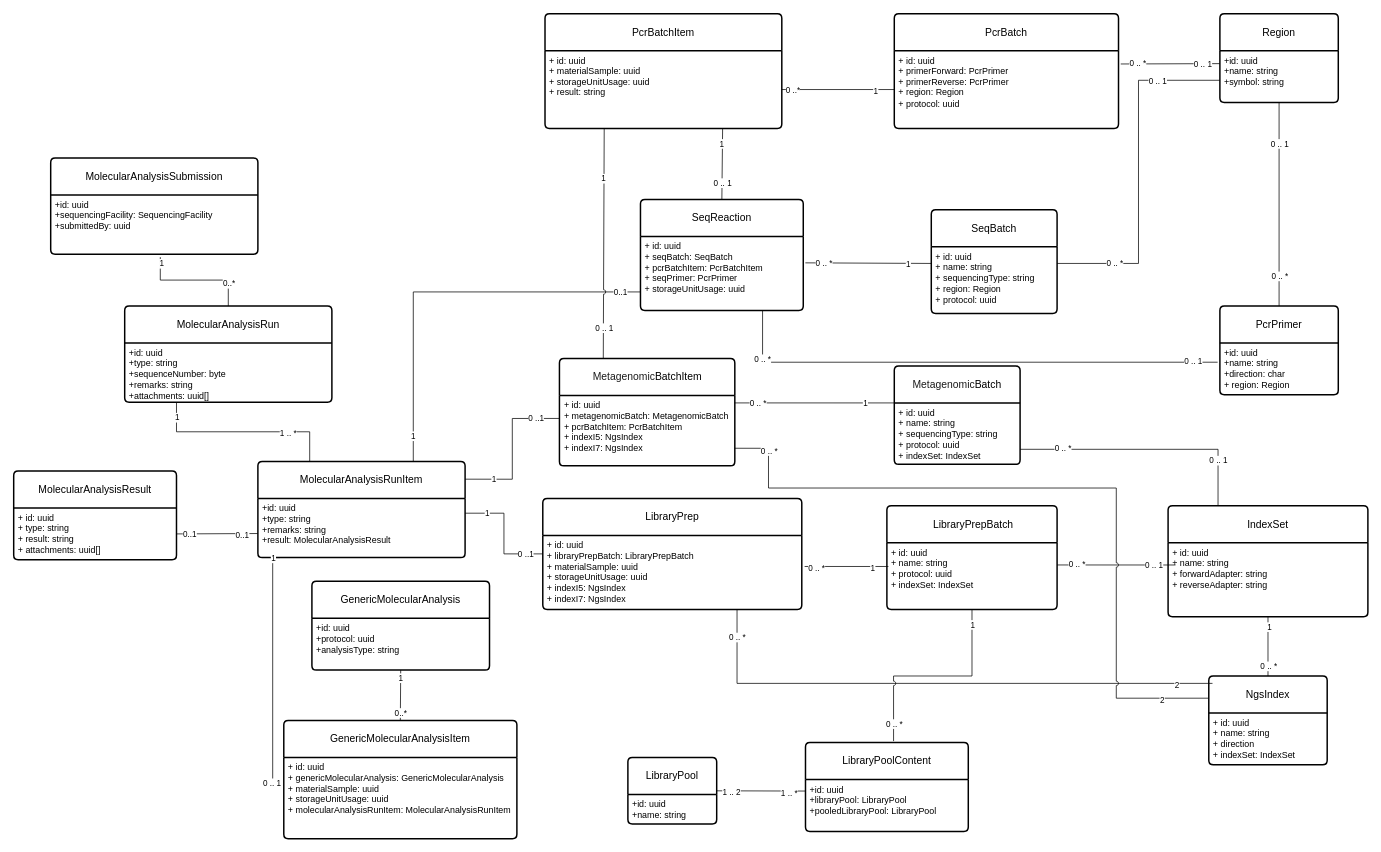
The draw.io diagram docs/sequencingModule.drawio in AAFC-BICoE/seqdb-api, before the edit. Source tidied: cells renumbered, new cells numbered last; positions are measured from the earlier drawing's top-left corner, leaving out a move shared by most shapes. Both pictures are drawn from the tidied source at 74%, with x=0, y=0 at pixel (13, 13).
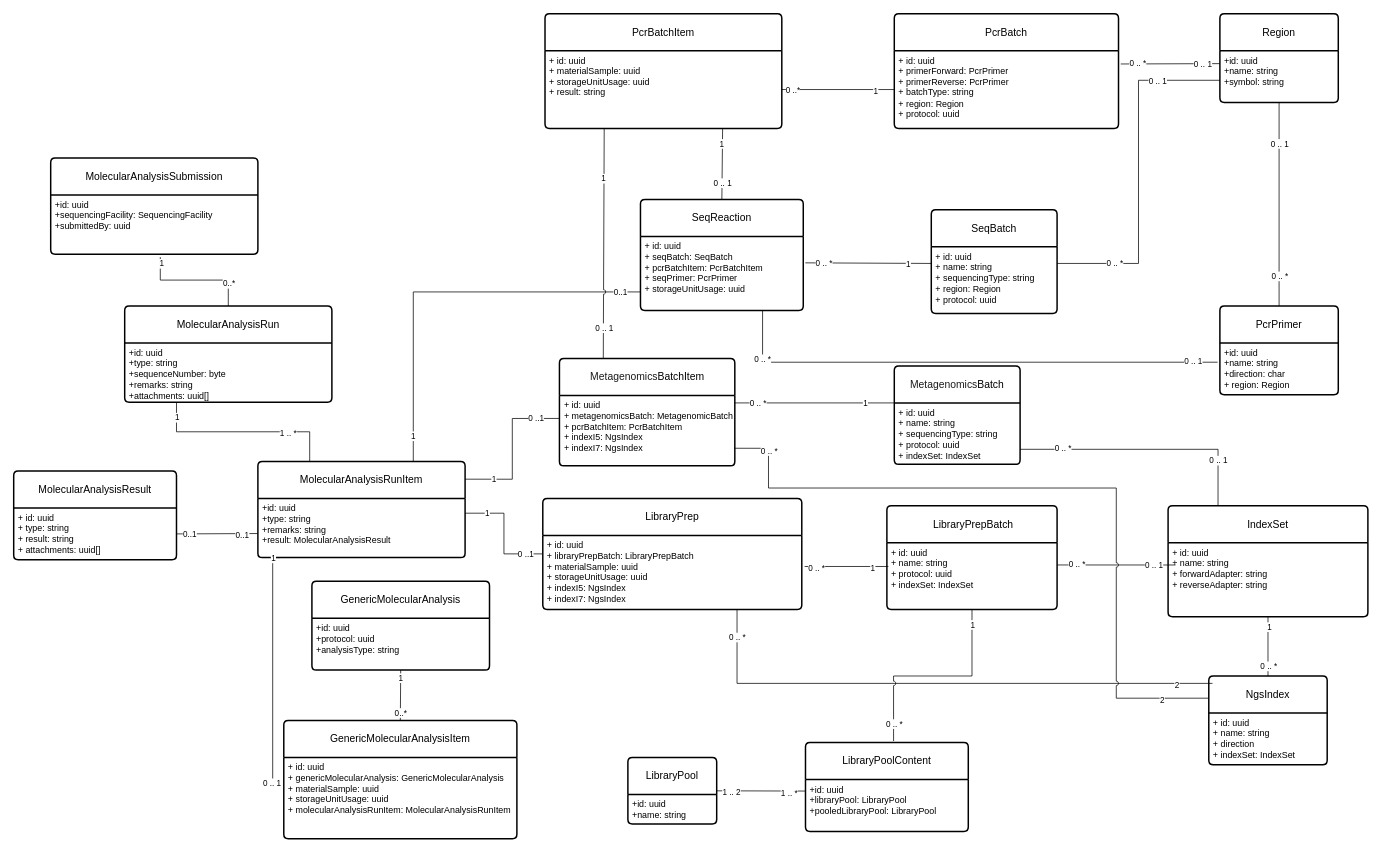
The same page after the edit.

Unchanged cells that the change refers to:
```xml
<mxCell id="4" value="PcrBatch" style="swimlane;horizontal=1;startSize=50;rounded=1;fontSize=14;fontStyle=0;strokeWidth=2;shadow=0;dashed=0;align=center;arcSize=4;whiteSpace=wrap;html=1;" parent="1" vertex="1">
  <mxGeometry x="1190" width="303" height="155" as="geometry" />
</mxCell>
```

Change to the diagram source:
```diff
@@
-    <mxCell id="5" value="+ id: uuid&lt;div&gt;+ primerForward: PcrPrimer&lt;br&gt;+ primerReverse: PcrPrimer&lt;br&gt;+ region: Region&lt;div&gt;+&amp;nbsp;protocol: uuid&lt;/div&gt;&lt;/div&gt;" style="align=left;strokeColor=none;fillColor=none;spacingLeft=4;fontSize=12;verticalAlign=top;html=1;" parent="4" vertex="1">
+    <mxCell id="5" value="+ id: uuid&lt;div&gt;+ primerForward: PcrPrimer&lt;br&gt;+ primerReverse: PcrPrimer&lt;/div&gt;&lt;div&gt;+ batchType: string&lt;br&gt;+ region: Region&lt;div&gt;+&amp;nbsp;protocol: uuid&lt;/div&gt;&lt;/div&gt;" style="align=left;strokeColor=none;fillColor=none;spacingLeft=4;fontSize=12;verticalAlign=top;html=1;" parent="4" vertex="1">
       <mxGeometry y="50" width="303" height="105" as="geometry" />
     </mxCell>
@@
-    <mxCell id="98" value="&lt;font style=&quot;font-size: 14px;&quot;&gt;&lt;span style=&quot;color: rgb(27, 27, 27); text-align: start; background-color: rgb(255, 255, 255);&quot;&gt;&lt;font face=&quot;Helvetica&quot;&gt;Metagenomic&lt;/font&gt;&lt;/span&gt;Batch&lt;/font&gt;" style="swimlane;horizontal=1;startSize=50;rounded=1;fontSize=14;fontStyle=0;strokeWidth=2;shadow=0;dashed=0;align=center;arcSize=4;whiteSpace=wrap;html=1;" parent="1" vertex="1">
+    <mxCell id="98" value="&lt;font style=&quot;font-size: 14px;&quot;&gt;&lt;span style=&quot;color: rgb(27, 27, 27); text-align: start; background-color: rgb(255, 255, 255);&quot;&gt;&lt;font face=&quot;Helvetica&quot;&gt;Metagenomics&lt;/font&gt;&lt;/span&gt;Batch&lt;/font&gt;" style="swimlane;horizontal=1;startSize=50;rounded=1;fontSize=14;fontStyle=0;strokeWidth=2;shadow=0;dashed=0;align=center;arcSize=4;whiteSpace=wrap;html=1;" parent="1" vertex="1">
       <mxGeometry x="1190" y="476" width="170" height="133" as="geometry" />
     </mxCell>
@@
-    <mxCell id="100" value="&lt;font style=&quot;font-size: 14px;&quot;&gt;&lt;span style=&quot;color: rgb(27, 27, 27); text-align: start; background-color: rgb(255, 255, 255);&quot;&gt;&lt;font face=&quot;Helvetica&quot;&gt;Metagenomic&lt;/font&gt;&lt;/span&gt;BatchItem&lt;/font&gt;" style="swimlane;horizontal=1;startSize=50;rounded=1;fontSize=14;fontStyle=0;strokeWidth=2;shadow=0;dashed=0;align=center;arcSize=4;whiteSpace=wrap;html=1;" parent="1" vertex="1">
+    <mxCell id="100" value="&lt;font style=&quot;font-size: 14px;&quot;&gt;&lt;span style=&quot;color: rgb(27, 27, 27); text-align: start; background-color: rgb(255, 255, 255);&quot;&gt;&lt;font face=&quot;Helvetica&quot;&gt;Metagenomics&lt;/font&gt;&lt;/span&gt;BatchItem&lt;/font&gt;" style="swimlane;horizontal=1;startSize=50;rounded=1;fontSize=14;fontStyle=0;strokeWidth=2;shadow=0;dashed=0;align=center;arcSize=4;whiteSpace=wrap;html=1;" parent="1" vertex="1">
       <mxGeometry x="737.5" y="466" width="237" height="145" as="geometry" />
     </mxCell>
-    <mxCell id="101" value="+ id: uuid&lt;br&gt;+ metagenomicBatch: MetagenomicBatch&lt;div&gt;+ pcrBatchItem: PcrBatchItem&lt;/div&gt;&lt;div&gt;+ indexI5: NgsIndex&lt;br&gt;&lt;div&gt;+ indexI7: NgsIndex&lt;/div&gt;&lt;/div&gt;" style="align=left;strokeColor=none;fillColor=none;spacingLeft=4;fontSize=12;verticalAlign=top;html=1;" parent="100" vertex="1">
+    <mxCell id="101" value="+ id: uuid&lt;br&gt;+ metagenomicsBatch: MetagenomicBatch&lt;div&gt;+ pcrBatchItem: PcrBatchItem&lt;/div&gt;&lt;div&gt;+ indexI5: NgsIndex&lt;br&gt;&lt;div&gt;+ indexI7: NgsIndex&lt;/div&gt;&lt;/div&gt;" style="align=left;strokeColor=none;fillColor=none;spacingLeft=4;fontSize=12;verticalAlign=top;html=1;" parent="100" vertex="1">
       <mxGeometry y="50" width="237" height="95" as="geometry" />
     </mxCell>
```
